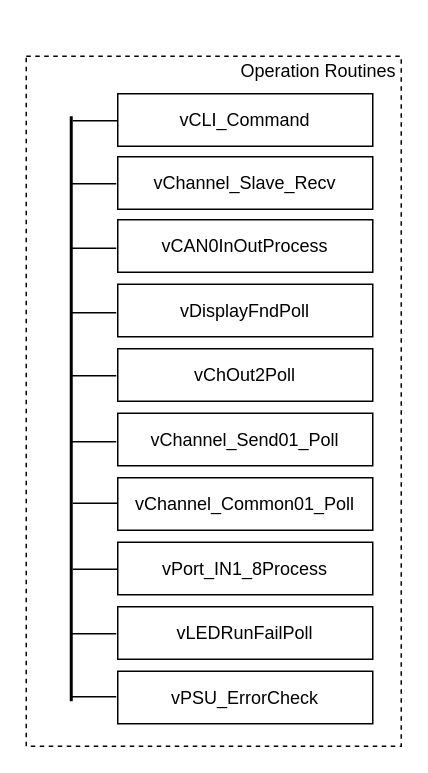
Before: page "IO - INPUT Operation Routines" (8 of 9) of EABS/Document_Pack/Design/INPUT/eabs_input_block_diagram.drawio in chillin2/MyDraw.io, a draw.io diagram. Source tidied: cells renumbered, new cells numbered last; positions are measured from the earlier drawing's top-left corner, leaving out a move shared by most shapes. Both pictures are drawn from the tidied source at 150%, with x=0, y=0 at pixel (26, 56).
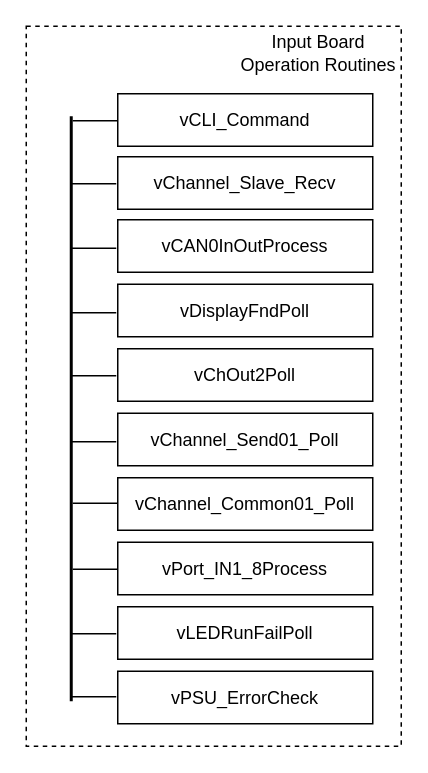
The same page after the edit.

The edit, as a diff of the source:
```diff
@@
     <mxCell id="2" style="rounded=0;whiteSpace=wrap;html=1;dashed=1;" parent="1" vertex="1">
-      <mxGeometry width="250" height="460" as="geometry" />
+      <mxGeometry y="-20" width="250" height="480" as="geometry" />
     </mxCell>
@@
-    <mxCell id="24" value="Operation Routines" style="text;html=1;strokeColor=none;fillColor=none;align=center;verticalAlign=middle;whiteSpace=wrap;rounded=0;" parent="1" vertex="1">
-      <mxGeometry x="140" width="110" height="20" as="geometry" />
+    <mxCell id="24" value="Input Board&lt;br&gt;Operation Routines" style="text;html=1;strokeColor=none;fillColor=none;align=center;verticalAlign=middle;whiteSpace=wrap;rounded=0;" parent="1" vertex="1">
+      <mxGeometry x="140" y="-17" width="110" height="30" as="geometry" />
     </mxCell>
```
